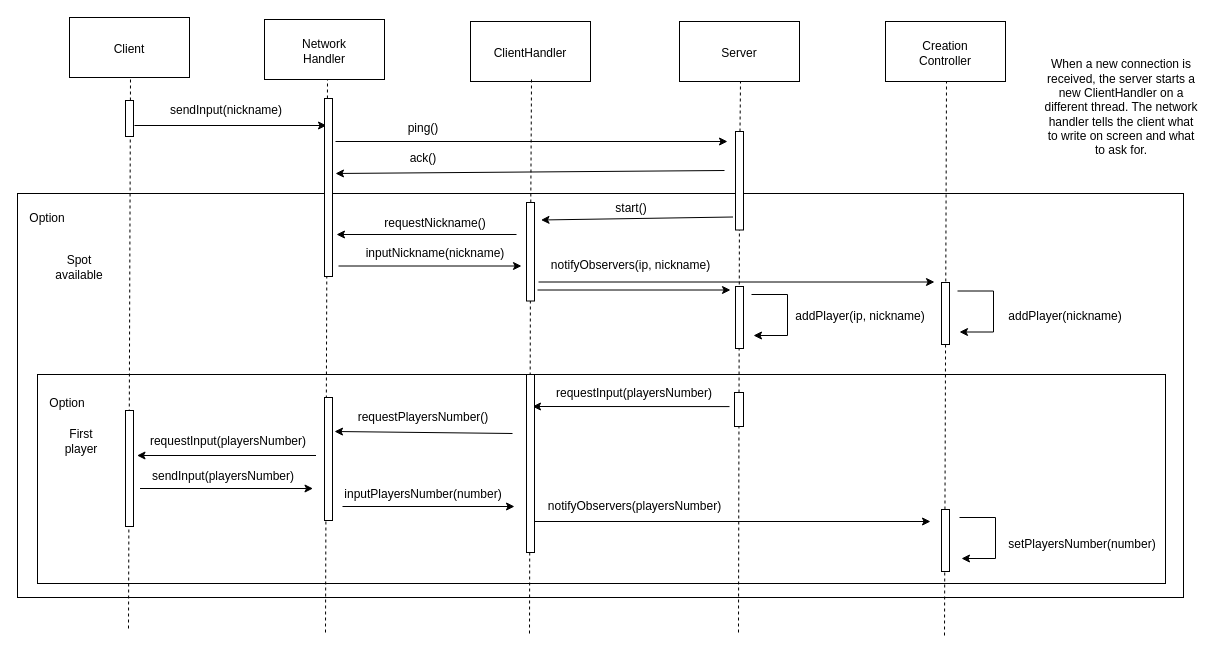
Above: diagrams/sequence_diagram_login.drawio in GabrieleGessaghi/ing-sw-2023-gessaghi-fontanive-giuliani-galante (draw.io), before the change. Source tidied: cells renumbered, new cells numbered last; positions are measured from the earlier drawing's top-left corner, leaving out a move shared by most shapes. Both pictures are drawn from the tidied source at 100%, with x=0, y=0 at pixel (17, 17).
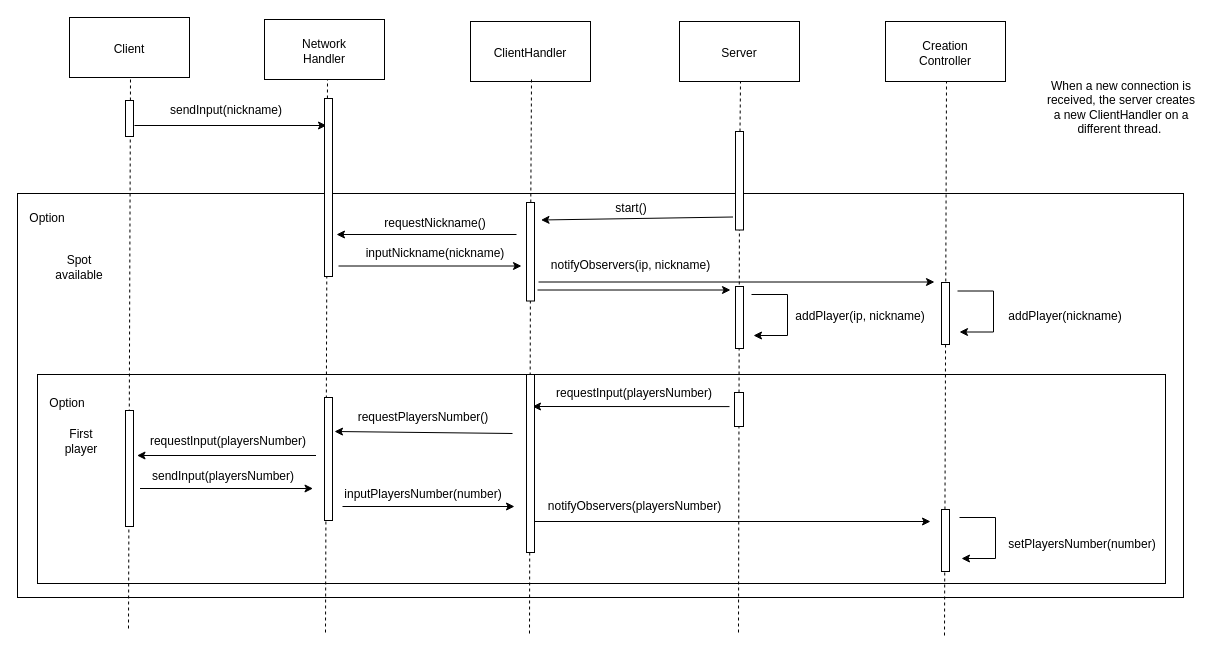
The same page after the edit.

Change to the diagram source:
```diff
@@
-    <mxCell id="22" style="endArrow=classic;html=1;rounded=0;" parent="1" edge="1">
-      <mxGeometry relative="1" as="geometry">
-        <mxPoint x="318" y="124" as="sourcePoint" />
-        <mxPoint x="710" y="124" as="targetPoint" />
-      </mxGeometry>
-    </mxCell>
-    <mxCell id="23" value="ping()" style="text;html=1;strokeColor=none;fillColor=none;align=center;verticalAlign=middle;whiteSpace=wrap;rounded=0;strokeWidth=1;" parent="1" vertex="1">
-      <mxGeometry x="376" y="96" width="60" height="30" as="geometry" />
-    </mxCell>
-    <mxCell id="24" style="endArrow=classic;html=1;rounded=0;" parent="1" edge="1">
-      <mxGeometry relative="1" as="geometry">
-        <mxPoint x="707" y="153" as="sourcePoint" />
-        <mxPoint x="318" y="156" as="targetPoint" />
-      </mxGeometry>
-    </mxCell>
-    <mxCell id="25" value="ack()" style="text;html=1;strokeColor=none;fillColor=none;align=center;verticalAlign=middle;whiteSpace=wrap;rounded=0;" parent="1" vertex="1">
-      <mxGeometry x="376" y="126" width="60" height="30" as="geometry" />
-    </mxCell>
@@
-    <mxCell id="67" value="When a new connection is received, the server starts a new ClientHandler on a different thread. The network handler tells the client what to write on screen and what to ask for." style="text;html=1;strokeColor=none;fillColor=none;align=center;verticalAlign=middle;whiteSpace=wrap;rounded=0;" parent="1" vertex="1">
+    <mxCell id="67" value="When a new connection is received, the server creates a new ClientHandler on a different thread.&amp;nbsp;" style="text;html=1;strokeColor=none;fillColor=none;align=center;verticalAlign=middle;whiteSpace=wrap;rounded=0;" parent="1" vertex="1">
       <mxGeometry x="1025" y="54" width="158" height="72" as="geometry" />
     </mxCell>
```
